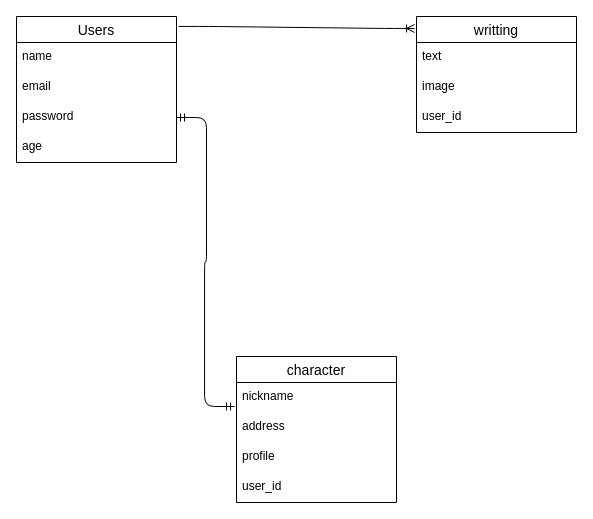
The draw.io diagram test.dio in Tomoki06arkw/RELAXATION-DAIRY, before the edit. Source tidied: cells renumbered, new cells numbered last; positions are measured from the earlier drawing's top-left corner, leaving out a move shared by most shapes. Both pictures are drawn from the tidied source at 100%, with x=0, y=0 at pixel (16, 16).
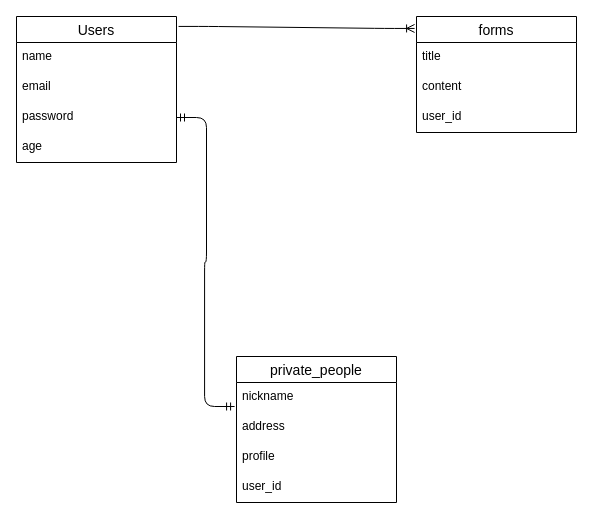
Above is the later version.

Diff of the diagram source:
```diff
@@
 <mxGraphModel>
   <root>
     <mxCell id="0" />
     <mxCell id="1" parent="0" />
     <mxCell id="2" value="Users" style="swimlane;fontStyle=0;horizontal=1;startSize=26;align=center;fontSize=14;" parent="1" vertex="1">
       <mxGeometry width="160" height="146" as="geometry" />
     </mxCell>
     <mxCell id="3" value="name" style="text;strokeColor=none;fillColor=none;spacingLeft=4;spacingRight=4;overflow=hidden;fontSize=12;" parent="2" vertex="1">
       <mxGeometry y="26" width="160" height="30" as="geometry" />
     </mxCell>
     <mxCell id="4" value="email" style="text;strokeColor=none;fillColor=none;spacingLeft=4;spacingRight=4;overflow=hidden;fontSize=12;" parent="2" vertex="1">
       <mxGeometry y="56" width="160" height="30" as="geometry" />
     </mxCell>
     <mxCell id="5" value="password" style="text;strokeColor=none;fillColor=none;spacingLeft=4;spacingRight=4;overflow=hidden;points=[[0,0.5],[1,0.5]];portConstraint=eastwest;fontSize=12;" parent="2" vertex="1">
       <mxGeometry y="86" width="160" height="30" as="geometry" />
     </mxCell>
     <mxCell id="6" value="age" style="text;strokeColor=none;fillColor=none;spacingLeft=4;spacingRight=4;overflow=hidden;fontSize=12;" parent="2" vertex="1">
       <mxGeometry y="116" width="160" height="30" as="geometry" />
     </mxCell>
-    <mxCell id="7" value="character" style="swimlane;fontStyle=0;horizontal=1;startSize=26;align=center;fontSize=14;" parent="1" vertex="1">
+    <mxCell id="7" value="private_people" style="swimlane;fontStyle=0;horizontal=1;startSize=26;align=center;fontSize=14;" parent="1" vertex="1">
       <mxGeometry x="220" y="340" width="160" height="146" as="geometry" />
     </mxCell>
     <mxCell id="8" value="nickname" style="text;strokeColor=none;fillColor=none;spacingLeft=4;spacingRight=4;overflow=hidden;points=[[0,0.5],[1,0.5]];portConstraint=eastwest;fontSize=12;" parent="7" vertex="1">
       <mxGeometry y="26" width="160" height="30" as="geometry" />
     </mxCell>
     <mxCell id="9" value="address" style="text;strokeColor=none;fillColor=none;spacingLeft=4;spacingRight=4;overflow=hidden;fontSize=12;" parent="7" vertex="1">
       <mxGeometry y="56" width="160" height="30" as="geometry" />
     </mxCell>
     <mxCell id="10" value="profile" style="text;strokeColor=none;fillColor=none;spacingLeft=4;spacingRight=4;overflow=hidden;fontSize=12;" parent="7" vertex="1">
       <mxGeometry y="86" width="160" height="30" as="geometry" />
     </mxCell>
     <mxCell id="11" value="user_id" style="text;strokeColor=none;fillColor=none;spacingLeft=4;spacingRight=4;overflow=hidden;fontSize=12;" parent="7" vertex="1">
       <mxGeometry y="116" width="160" height="30" as="geometry" />
     </mxCell>
     <mxCell id="12" style="edgeStyle=entityRelationEdgeStyle;fontSize=12;html=1;endArrow=ERmandOne;startArrow=ERmandOne;exitX=1;exitY=0.5;exitDx=0;exitDy=0;entryX=-0.012;entryY=0.8;entryDx=0;entryDy=0;entryPerimeter=0;" parent="1" edge="1" source="5" target="8">
       <mxGeometry relative="1" as="geometry" />
     </mxCell>
-    <mxCell id="13" value="writting" style="swimlane;fontStyle=0;horizontal=1;startSize=26;align=center;fontSize=14;" parent="1" vertex="1">
+    <mxCell id="13" value="forms" style="swimlane;fontStyle=0;horizontal=1;startSize=26;align=center;fontSize=14;" parent="1" vertex="1">
       <mxGeometry x="400" width="160" height="116" as="geometry" />
     </mxCell>
-    <mxCell id="14" value="text" style="text;strokeColor=none;fillColor=none;spacingLeft=4;spacingRight=4;overflow=hidden;fontSize=12;" parent="13" vertex="1">
+    <mxCell id="14" value="title" style="text;strokeColor=none;fillColor=none;spacingLeft=4;spacingRight=4;overflow=hidden;fontSize=12;" parent="13" vertex="1">
       <mxGeometry y="26" width="160" height="30" as="geometry" />
     </mxCell>
-    <mxCell id="15" value="image" style="text;strokeColor=none;fillColor=none;spacingLeft=4;spacingRight=4;overflow=hidden;fontSize=12;" parent="13" vertex="1">
+    <mxCell id="15" value="content" style="text;strokeColor=none;fillColor=none;spacingLeft=4;spacingRight=4;overflow=hidden;fontSize=12;" parent="13" vertex="1">
       <mxGeometry y="56" width="160" height="30" as="geometry" />
     </mxCell>
     <mxCell id="16" value="user_id" style="text;strokeColor=none;fillColor=none;spacingLeft=4;spacingRight=4;overflow=hidden;fontSize=12;" parent="13" vertex="1">
       <mxGeometry y="86" width="160" height="30" as="geometry" />
     </mxCell>
     <mxCell id="17" style="edgeStyle=entityRelationEdgeStyle;fontSize=12;html=1;endArrow=ERoneToMany;exitX=1.013;exitY=0.068;exitDx=0;exitDy=0;exitPerimeter=0;entryX=-0.012;entryY=0.103;entryDx=0;entryDy=0;entryPerimeter=0;" parent="1" edge="1" source="2" target="13">
       <mxGeometry relative="1" as="geometry" />
     </mxCell>
   </root>
 </mxGraphModel>
```
